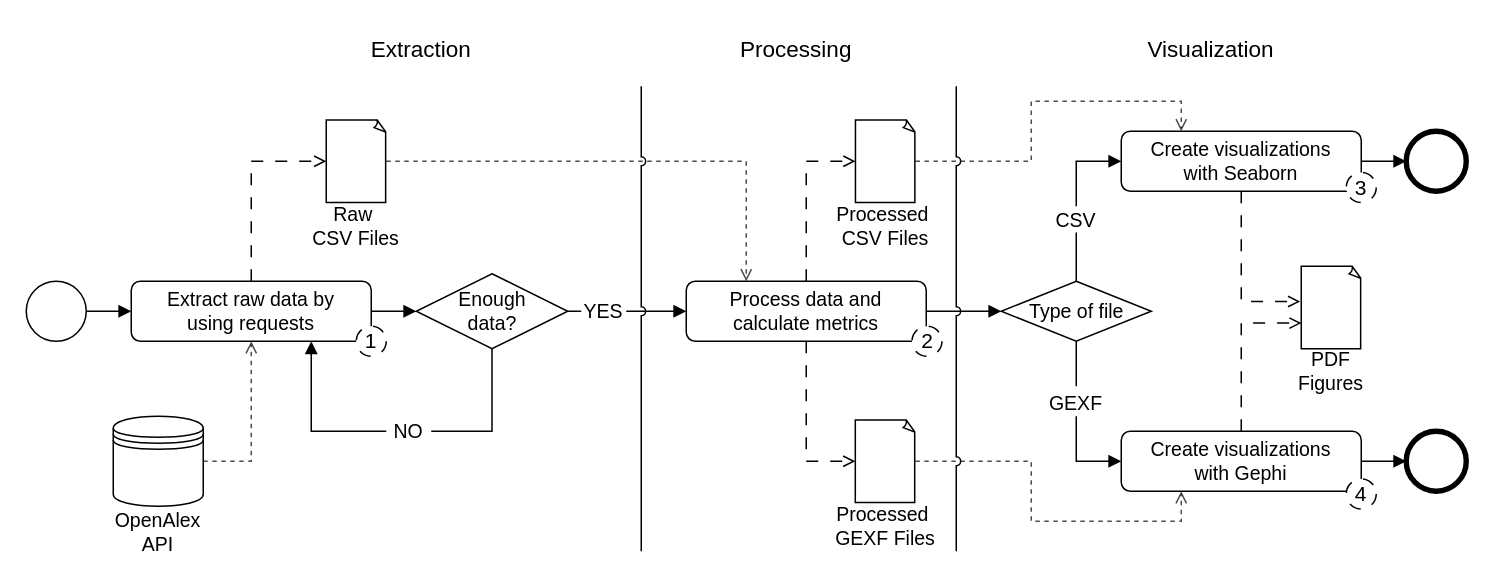
The draw.io diagram page "bpmn" (1 of 3) of docs/diagrams.drawio in viniciusmioto/beyond_boundaries, before the edit. Source tidied: cells renumbered, new cells numbered last; positions are measured from the earlier drawing's top-left corner, leaving out a move shared by most shapes. Both pictures are drawn from the tidied source at 150%, with x=0, y=0 at pixel (26, 26).
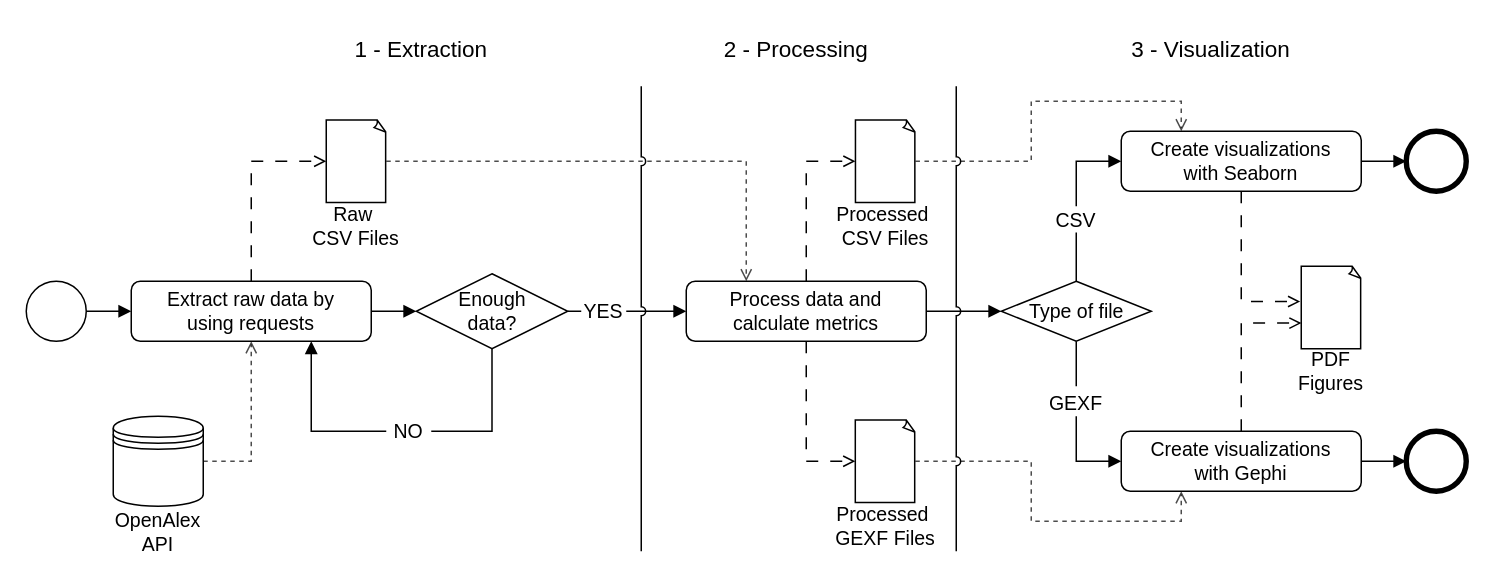
Above is the later version.

What changed in the source:
```diff
@@
-    <mxCell id="13" value="&lt;font style=&quot;font-size: 14px;&quot;&gt;1&lt;/font&gt;" style="ellipse;whiteSpace=wrap;html=1;dashed=1;dashPattern=8 8;fontFamily=Helvetica;" parent="1" vertex="1">
-      <mxGeometry x="220" y="200" width="20" height="20" as="geometry" />
-    </mxCell>
-    <mxCell id="14" value="&lt;font&gt;Extraction&lt;/font&gt;" style="text;html=1;align=center;verticalAlign=middle;whiteSpace=wrap;rounded=0;fontSize=15;fontFamily=Helvetica;" parent="1" vertex="1">
+    <mxCell id="14" value="&lt;font&gt;1 - Extraction&lt;/font&gt;" style="text;html=1;align=center;verticalAlign=middle;whiteSpace=wrap;rounded=0;fontSize=15;fontFamily=Helvetica;" parent="1" vertex="1">
       <mxGeometry x="210" width="107" height="30" as="geometry" />
     </mxCell>
-    <mxCell id="15" value="&lt;font&gt;Processing&lt;/font&gt;" style="text;html=1;align=center;verticalAlign=middle;whiteSpace=wrap;rounded=0;fontSize=15;fontFamily=Helvetica;" parent="1" vertex="1">
+    <mxCell id="15" value="&lt;font&gt;2 - Processing&lt;/font&gt;" style="text;html=1;align=center;verticalAlign=middle;whiteSpace=wrap;rounded=0;fontSize=15;fontFamily=Helvetica;" parent="1" vertex="1">
       <mxGeometry x="460" width="107" height="30" as="geometry" />
     </mxCell>
@@
-    <mxCell id="18" value="&lt;font style=&quot;font-size: 14px;&quot;&gt;2&lt;/font&gt;" style="ellipse;whiteSpace=wrap;html=1;dashed=1;dashPattern=8 8;fontFamily=Helvetica;" parent="1" vertex="1">
-      <mxGeometry x="590.5" y="200" width="20" height="20" as="geometry" />
-    </mxCell>
@@
-    <mxCell id="30" value="&lt;font style=&quot;font-size: 14px;&quot;&gt;3&lt;/font&gt;" style="ellipse;whiteSpace=wrap;html=1;dashed=1;dashPattern=8 8;fontFamily=Helvetica;" parent="1" vertex="1">
-      <mxGeometry x="880" y="97.5" width="20" height="20" as="geometry" />
-    </mxCell>
@@
-    <mxCell id="33" value="&lt;font style=&quot;font-size: 14px;&quot;&gt;4&lt;/font&gt;" style="ellipse;whiteSpace=wrap;html=1;dashed=1;dashPattern=8 8;fontFamily=Helvetica;" parent="1" vertex="1">
-      <mxGeometry x="880" y="301.8" width="20" height="20" as="geometry" />
-    </mxCell>
@@
-    <mxCell id="38" value="&lt;font&gt;Visualization&lt;/font&gt;" style="text;html=1;align=center;verticalAlign=middle;whiteSpace=wrap;rounded=0;fontSize=15;fontFamily=Helvetica;" parent="1" vertex="1">
+    <mxCell id="38" value="&lt;font&gt;3&amp;nbsp;&lt;/font&gt;&lt;span style=&quot;background-color: transparent; color: light-dark(rgb(0, 0, 0), rgb(255, 255, 255));&quot;&gt;- Visualization&lt;/span&gt;" style="text;html=1;align=center;verticalAlign=middle;whiteSpace=wrap;rounded=0;fontSize=15;fontFamily=Helvetica;" parent="1" vertex="1">
       <mxGeometry x="730" width="120" height="30" as="geometry" />
     </mxCell>
```
